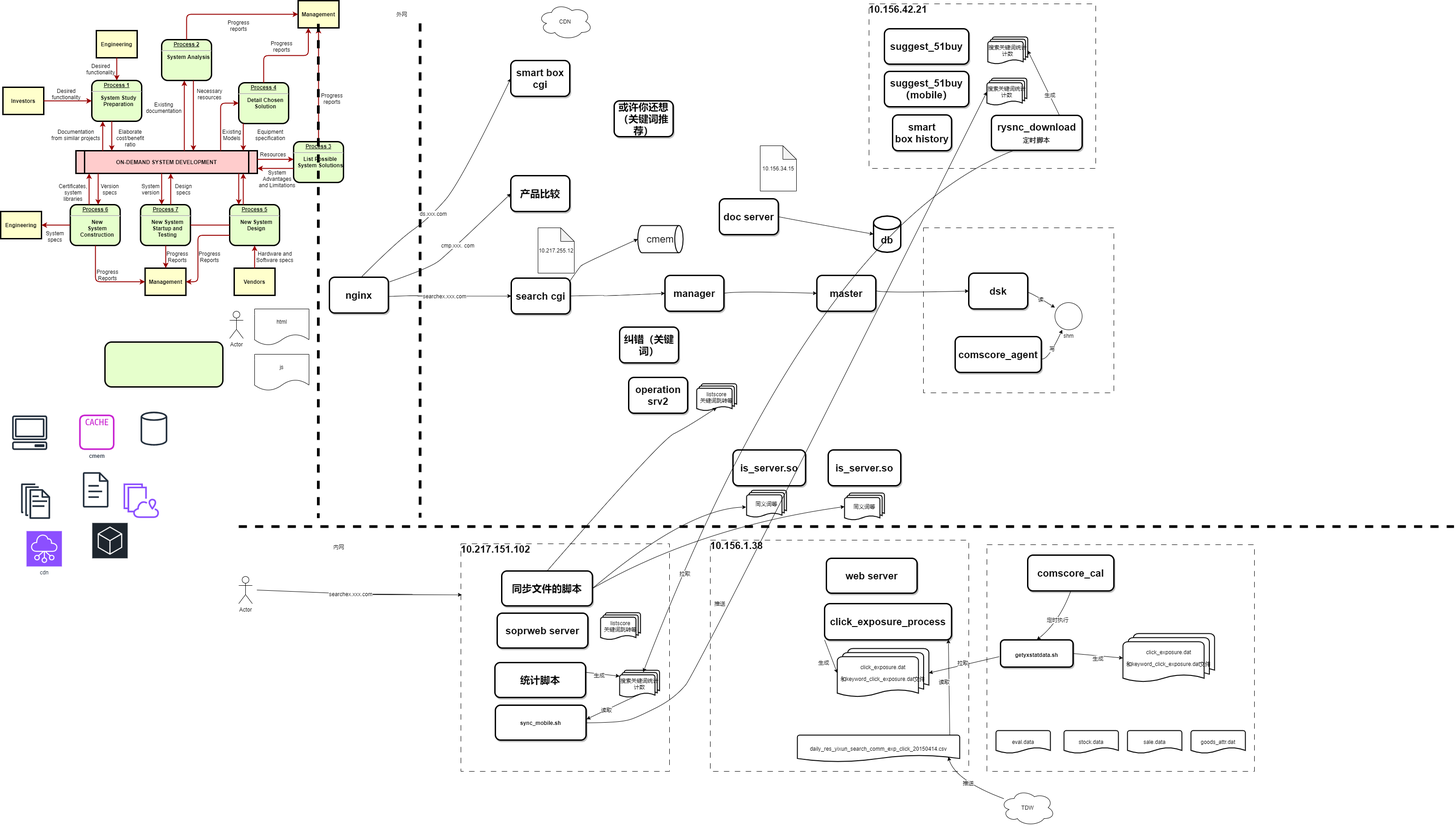
The draw.io diagram yixun.search.drawio.png in msc3000/draw.io.files, before a commit. Source tidied: cells renumbered, new cells last; positions are measured from the earlier drawing's top-left corner, leaving out a move shared by most shapes.
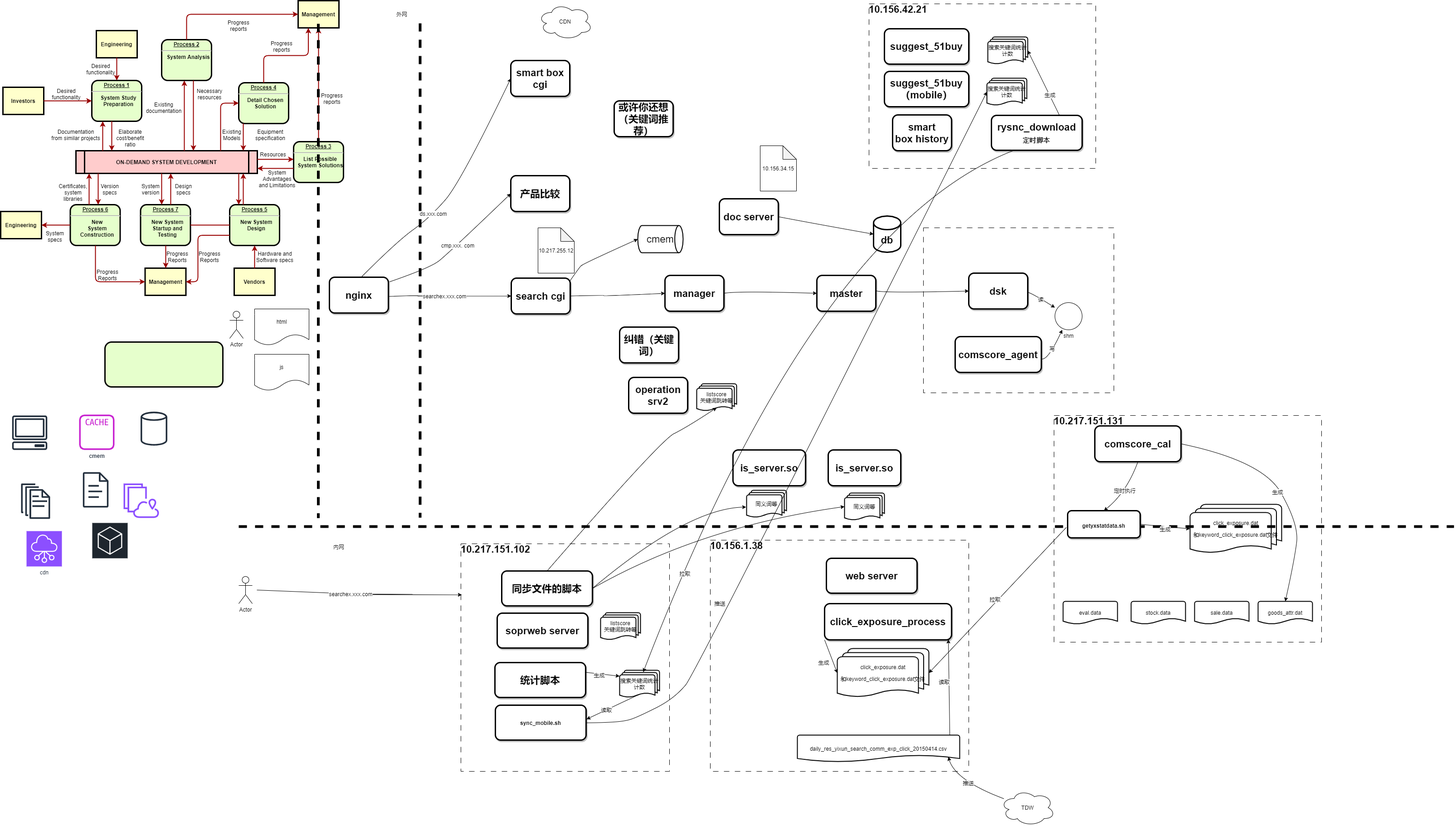
After the change.

What changed in the source:
```diff
@@ -417,14 +417,14 @@
     <mxCell id="105" value="listscore&lt;br&gt;关键词跳转等" style="strokeWidth=2;html=1;shape=mxgraph.flowchart.multi-document;whiteSpace=wrap;" parent="1" vertex="1">
       <mxGeometry x="1323" y="1350" width="88" height="60" as="geometry" />
     </mxCell>
-    <mxCell id="106" style="rounded=0;whiteSpace=wrap;html=1;dashed=1;dashPattern=12 12;" parent="1" vertex="1">
-      <mxGeometry x="2175" y="1200" width="590" height="500" as="geometry" />
+    <mxCell id="106" value="&lt;b&gt;&lt;font style=&quot;font-size: 22px;&quot;&gt;10.217.151.131&lt;/font&gt;&lt;/b&gt;" style="rounded=0;whiteSpace=wrap;html=1;dashed=1;dashPattern=12 12;overflow=fill;align=left;" parent="1" vertex="1">
+      <mxGeometry x="2323" y="915" width="590" height="500" as="geometry" />
     </mxCell>
     <mxCell id="107" value="&lt;span style=&quot;font-size: 22px;&quot;&gt;comscore_cal&lt;br&gt;&lt;/span&gt;" style="rounded=1;whiteSpace=wrap;html=1;fontStyle=1;strokeWidth=3;shadow=1;overflow=visible;" parent="1" vertex="1">
-      <mxGeometry x="2265" y="1223" width="190" height="79" as="geometry" />
+      <mxGeometry x="2413" y="938" width="190" height="79" as="geometry" />
     </mxCell>
     <mxCell id="108" value="&lt;p class=&quot;MsoNormal&quot;&gt;click_exposure.dat&lt;/p&gt;&lt;p class=&quot;MsoNormal&quot;&gt;&lt;span style=&quot;background-color: initial; font-family: 宋体;&quot;&gt;和&lt;/span&gt;&lt;span style=&quot;background-color: initial;&quot; lang=&quot;EN-US&quot;&gt;keyword_click_exposure.dat&lt;/span&gt;&lt;span style=&quot;background-color: initial; font-family: 宋体;&quot;&gt;文件&lt;/span&gt;&lt;/p&gt;&lt;p class=&quot;MsoNormal&quot;&gt;&lt;span lang=&quot;EN-US&quot;&gt;&lt;/span&gt;&lt;/p&gt;" style="strokeWidth=2;html=1;shape=mxgraph.flowchart.multi-document;whiteSpace=wrap;" parent="1" vertex="1">
-      <mxGeometry x="2475" y="1396" width="202" height="108" as="geometry" />
+      <mxGeometry x="2623" y="1111" width="202" height="108" as="geometry" />
     </mxCell>
     <mxCell id="109" value="&lt;font style=&quot;font-size: 22px;&quot;&gt;smart box cgi&lt;/font&gt;" style="rounded=1;whiteSpace=wrap;html=1;fontStyle=1;strokeWidth=3;shadow=1;overflow=visible;" parent="1" vertex="1">
       <mxGeometry x="1125" y="132" width="130" height="79" as="geometry" />
@@ -650,7 +650,7 @@
       </mxGeometry>
     </mxCell>
     <mxCell id="160" value="getyxstatdata.sh&lt;span style=&quot;font-size: 22px;&quot;&gt;&lt;br&gt;&lt;/span&gt;" style="rounded=1;whiteSpace=wrap;html=1;fontStyle=1;strokeWidth=3;shadow=1;overflow=visible;" parent="1" vertex="1">
-      <mxGeometry x="2205" y="1410" width="160" height="60" as="geometry" />
+      <mxGeometry x="2353" y="1125" width="160" height="60" as="geometry" />
     </mxCell>
     <mxCell id="161" style="curved=1;endArrow=classic;html=1;rounded=0;exitX=1.008;exitY=0.43;exitDx=0;exitDy=0;exitPerimeter=0;" parent="1" edge="1" target="88">
       <mxGeometry relative="1" as="geometry">
@@ -691,21 +691,21 @@
       </mxGeometry>
     </mxCell>
     <mxCell id="169" value="&lt;p class=&quot;MsoNormal&quot;&gt;eval.data&lt;br&gt;&lt;/p&gt;" style="strokeWidth=2;html=1;shape=mxgraph.flowchart.document2;whiteSpace=wrap;size=0.25;" parent="1" vertex="1">
-      <mxGeometry x="2195" y="1610" width="120" height="50" as="geometry" />
+      <mxGeometry x="2343" y="1325" width="120" height="50" as="geometry" />
     </mxCell>
     <mxCell id="170" value="&lt;p class=&quot;MsoNormal&quot;&gt;stock.data&lt;br&gt;&lt;/p&gt;" style="strokeWidth=2;html=1;shape=mxgraph.flowchart.document2;whiteSpace=wrap;size=0.25;" parent="1" vertex="1">
-      <mxGeometry x="2345" y="1610" width="120" height="50" as="geometry" />
+      <mxGeometry x="2493" y="1325" width="120" height="50" as="geometry" />
     </mxCell>
     <mxCell id="171" value="&lt;p class=&quot;MsoNormal&quot;&gt;sale.data&lt;br&gt;&lt;/p&gt;" style="strokeWidth=2;html=1;shape=mxgraph.flowchart.document2;whiteSpace=wrap;size=0.25;" parent="1" vertex="1">
-      <mxGeometry x="2485" y="1610" width="120" height="50" as="geometry" />
+      <mxGeometry x="2633" y="1325" width="120" height="50" as="geometry" />
     </mxCell>
     <mxCell id="172" value="&lt;p class=&quot;MsoNormal&quot;&gt;goods_attr.dat&lt;br&gt;&lt;/p&gt;" style="strokeWidth=2;html=1;shape=mxgraph.flowchart.document2;whiteSpace=wrap;size=0.25;" parent="1" vertex="1">
-      <mxGeometry x="2625" y="1610" width="120" height="50" as="geometry" />
+      <mxGeometry x="2773" y="1325" width="120" height="50" as="geometry" />
     </mxCell>
     <mxCell id="173" style="curved=1;endArrow=classic;html=1;rounded=0;entryX=0.5;entryY=0;entryDx=0;entryDy=0;exitX=0.5;exitY=1;exitDx=0;exitDy=0;" parent="1" edge="1" source="107" target="160">
       <mxGeometry relative="1" as="geometry">
         <Array as="points">
-          <mxPoint x="2335" y="1370" />
+          <mxPoint x="2483" y="1085" />
         </Array>
       </mxGeometry>
     </mxCell>
@@ -714,5 +714,19 @@
         <mxPoint x="-1" as="offset" />
       </mxGeometry>
     </mxCell>
+    <mxCell id="175" style="curved=1;endArrow=classic;html=1;rounded=0;entryX=0.5;entryY=0;entryDx=0;entryDy=0;entryPerimeter=0;exitX=1;exitY=0.5;exitDx=0;exitDy=0;" parent="1" edge="1" source="107" target="172">
+      <mxGeometry relative="1" as="geometry">
+        <Array as="points">
+          <mxPoint x="2783" y="1015" />
+          <mxPoint x="2863" y="1155" />
+          <mxPoint x="2853" y="1235" />
+        </Array>
+      </mxGeometry>
+    </mxCell>
+    <mxCell id="176" value="生成" style="edgeLabel;html=1;align=center;verticalAlign=middle;" parent="175" vertex="1">
+      <mxGeometry x="0.01" y="-5" relative="1" as="geometry">
+        <mxPoint x="-1" as="offset" />
+      </mxGeometry>
+    </mxCell>
   </root>
 </mxGraphModel>
```
